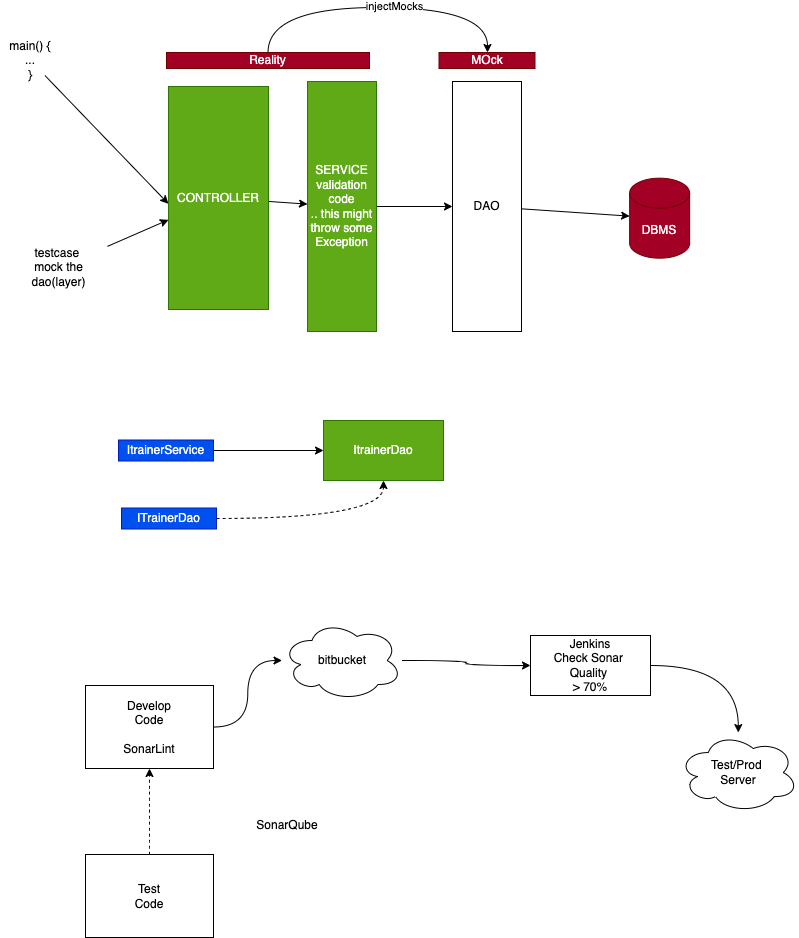
This is images/day9.drawio.png from adithnaveen/2022-jul-asde-jfs-sapient, a draw.io export, as it was before one commit. Source tidied: cells renumbered, new cells last; positions are measured from the earlier drawing's top-left corner, leaving out a move shared by most shapes. Its diagram source:
```xml
<mxGraphModel>
  <root>
    <mxCell id="0" />
    <mxCell id="1" parent="0" />
    <mxCell id="2" style="edgeStyle=none;html=1;" parent="1" edge="1" source="3" target="4">
      <mxGeometry relative="1" as="geometry" />
    </mxCell>
    <mxCell id="3" value="DAO" style="rounded=0;whiteSpace=wrap;html=1;fillColor=none;" parent="1" vertex="1">
      <mxGeometry x="452" y="74" width="69" height="250" as="geometry" />
    </mxCell>
    <mxCell id="4" value="DBMS" style="shape=cylinder3;whiteSpace=wrap;html=1;boundedLbl=1;backgroundOutline=1;size=15;fillColor=#a20025;fontColor=#ffffff;strokeColor=#6F0000;" parent="1" vertex="1">
      <mxGeometry x="629.1" y="170.7" width="60" height="80" as="geometry" />
    </mxCell>
    <mxCell id="5" style="edgeStyle=none;html=1;" parent="1" edge="1" source="6" target="3">
      <mxGeometry relative="1" as="geometry" />
    </mxCell>
    <mxCell id="6" value="SERVICE&lt;br&gt;validation&lt;br&gt;code&lt;br&gt;.. this might&lt;br&gt;throw some&lt;br&gt;Exception" style="rounded=0;whiteSpace=wrap;html=1;fillColor=#60a917;fontColor=#ffffff;strokeColor=#2D7600;" parent="1" vertex="1">
      <mxGeometry x="307" y="74" width="69" height="250" as="geometry" />
    </mxCell>
    <mxCell id="7" style="edgeStyle=none;html=1;" parent="1" edge="1" source="8" target="6">
      <mxGeometry relative="1" as="geometry" />
    </mxCell>
    <mxCell id="8" value="CONTROLLER" style="rounded=0;whiteSpace=wrap;html=1;fillColor=#60a917;fontColor=#ffffff;strokeColor=#2D7600;" parent="1" vertex="1">
      <mxGeometry x="168" y="79" width="100" height="223" as="geometry" />
    </mxCell>
    <mxCell id="9" style="edgeStyle=none;html=1;entryX=-0.001;entryY=0.526;entryDx=0;entryDy=0;entryPerimeter=0;" parent="1" edge="1" source="10" target="8">
      <mxGeometry relative="1" as="geometry" />
    </mxCell>
    <mxCell id="10" value="main() {&lt;br&gt;...&lt;br&gt;}" style="text;html=1;strokeColor=none;fillColor=none;align=center;verticalAlign=middle;whiteSpace=wrap;rounded=0;" parent="1" vertex="1">
      <mxGeometry y="38" width="60" height="30" as="geometry" />
    </mxCell>
    <mxCell id="11" style="edgeStyle=none;html=1;" parent="1" edge="1" source="12" target="8">
      <mxGeometry relative="1" as="geometry" />
    </mxCell>
    <mxCell id="12" value="testcase&amp;nbsp;&lt;br&gt;mock the dao(layer)" style="text;html=1;strokeColor=none;fillColor=none;align=center;verticalAlign=middle;whiteSpace=wrap;rounded=0;" parent="1" vertex="1">
      <mxGeometry x="10" y="210" width="97" height="100" as="geometry" />
    </mxCell>
    <mxCell id="13" style="edgeStyle=orthogonalEdgeStyle;html=1;curved=1;" parent="1" edge="1" source="15" target="16">
      <mxGeometry relative="1" as="geometry">
        <Array as="points">
          <mxPoint x="268" />
          <mxPoint x="487" />
        </Array>
      </mxGeometry>
    </mxCell>
    <mxCell id="14" value="injectMocks" style="edgeLabel;html=1;align=center;verticalAlign=middle;" parent="13" vertex="1">
      <mxGeometry x="0.11" y="1" relative="1" as="geometry" />
    </mxCell>
    <mxCell id="15" value="Reality" style="rounded=0;whiteSpace=wrap;html=1;fillColor=#a20025;fontColor=#ffffff;strokeColor=#6F0000;" parent="1" vertex="1">
      <mxGeometry x="166" y="45" width="203" height="16" as="geometry" />
    </mxCell>
    <mxCell id="16" value="MOck" style="rounded=0;whiteSpace=wrap;html=1;fillColor=#a20025;fontColor=#ffffff;strokeColor=#6F0000;" parent="1" vertex="1">
      <mxGeometry x="438.5" y="45" width="96" height="16" as="geometry" />
    </mxCell>
    <mxCell id="17" style="edgeStyle=orthogonalEdgeStyle;curved=1;html=1;" parent="1" edge="1" source="18" target="21">
      <mxGeometry relative="1" as="geometry" />
    </mxCell>
    <mxCell id="18" value="ItrainerService" style="rounded=0;whiteSpace=wrap;html=1;fillColor=#0050ef;fontColor=#ffffff;strokeColor=#001DBC;" parent="1" vertex="1">
      <mxGeometry x="118" y="432.5" width="95" height="21" as="geometry" />
    </mxCell>
    <mxCell id="19" style="edgeStyle=orthogonalEdgeStyle;curved=1;html=1;dashed=1;" parent="1" edge="1" source="20" target="21">
      <mxGeometry relative="1" as="geometry" />
    </mxCell>
    <mxCell id="20" value="ITrainerDao" style="rounded=0;whiteSpace=wrap;html=1;fillColor=#0050ef;fontColor=#ffffff;strokeColor=#001DBC;" parent="1" vertex="1">
      <mxGeometry x="121" y="500.5" width="95" height="21" as="geometry" />
    </mxCell>
    <mxCell id="21" value="ItrainerDao" style="rounded=0;whiteSpace=wrap;html=1;fillColor=#60a917;fontColor=#ffffff;strokeColor=#2D7600;" parent="1" vertex="1">
      <mxGeometry x="323" y="413" width="120" height="60" as="geometry" />
    </mxCell>
    <mxCell id="22" style="edgeStyle=orthogonalEdgeStyle;curved=1;html=1;" parent="1" edge="1" source="23" target="28">
      <mxGeometry relative="1" as="geometry" />
    </mxCell>
    <mxCell id="23" value="Develop&lt;br&gt;Code&lt;br&gt;&lt;br&gt;SonarLint" style="rounded=0;whiteSpace=wrap;html=1;fillColor=none;" parent="1" vertex="1">
      <mxGeometry x="85" y="678" width="128" height="83" as="geometry" />
    </mxCell>
    <mxCell id="24" style="edgeStyle=orthogonalEdgeStyle;curved=1;html=1;entryX=0.5;entryY=1;entryDx=0;entryDy=0;dashed=1;" parent="1" edge="1" source="25" target="23">
      <mxGeometry relative="1" as="geometry" />
    </mxCell>
    <mxCell id="25" value="Test&lt;br&gt;Code&lt;br&gt;" style="rounded=0;whiteSpace=wrap;html=1;fillColor=none;" parent="1" vertex="1">
      <mxGeometry x="85" y="847" width="128" height="83" as="geometry" />
    </mxCell>
    <mxCell id="26" value="SonarQube" style="text;html=1;strokeColor=none;fillColor=none;align=center;verticalAlign=middle;whiteSpace=wrap;rounded=0;" parent="1" vertex="1">
      <mxGeometry x="257" y="803" width="60" height="30" as="geometry" />
    </mxCell>
    <mxCell id="27" style="edgeStyle=orthogonalEdgeStyle;curved=1;html=1;" parent="1" edge="1" source="28" target="30">
      <mxGeometry relative="1" as="geometry" />
    </mxCell>
    <mxCell id="28" value="bitbucket" style="ellipse;shape=cloud;whiteSpace=wrap;html=1;fillColor=none;" parent="1" vertex="1">
      <mxGeometry x="281.5" y="613" width="120" height="80" as="geometry" />
    </mxCell>
    <mxCell id="29" style="edgeStyle=orthogonalEdgeStyle;curved=1;html=1;" parent="1" edge="1" source="30" target="31">
      <mxGeometry relative="1" as="geometry" />
    </mxCell>
    <mxCell id="30" value="Jenkins&lt;br&gt;Check Sonar&amp;nbsp;&lt;br&gt;Quality&amp;nbsp;&lt;br&gt;&amp;gt; 70%" style="rounded=0;whiteSpace=wrap;html=1;fillColor=none;" parent="1" vertex="1">
      <mxGeometry x="530" y="628" width="120" height="60" as="geometry" />
    </mxCell>
    <mxCell id="31" value="Test/Prod&amp;nbsp;&lt;br&gt;Server" style="ellipse;shape=cloud;whiteSpace=wrap;html=1;fillColor=none;" parent="1" vertex="1">
      <mxGeometry x="677.8" y="725.1" width="120" height="80" as="geometry" />
    </mxCell>
  </root>
</mxGraphModel>
```
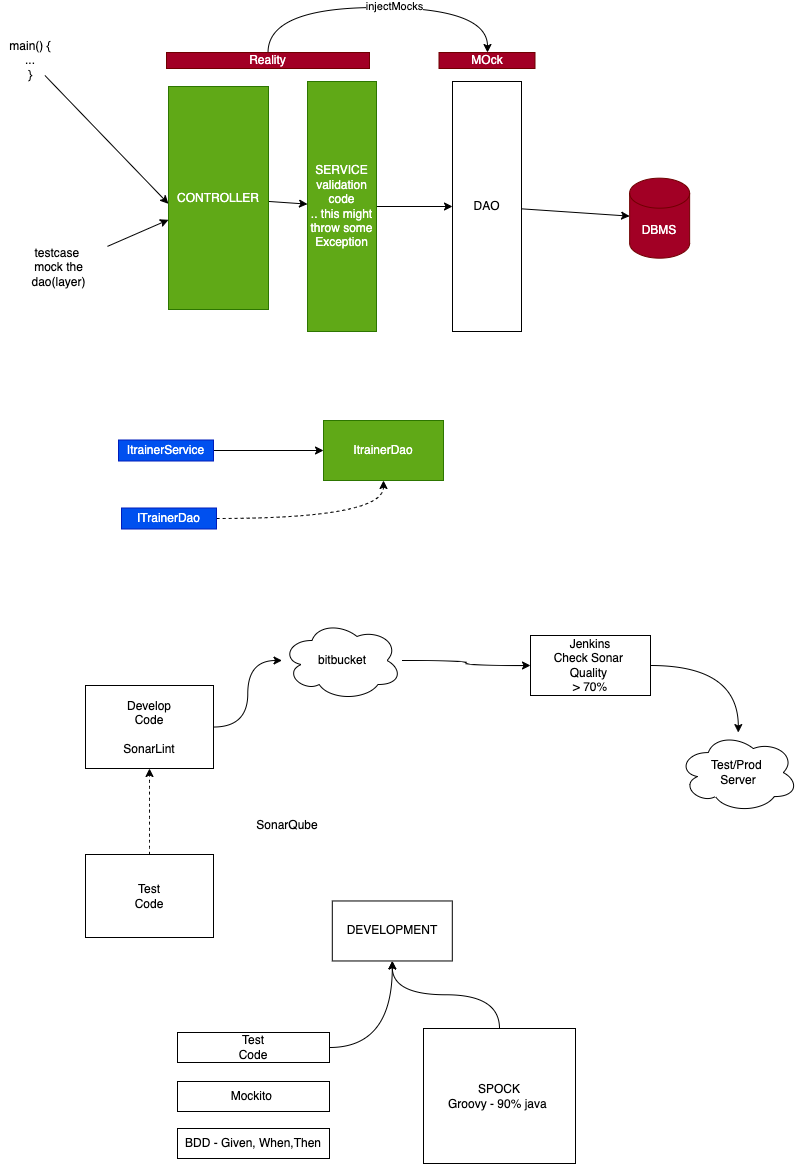
The same file after the commit.

Diff of the diagram source:
```diff
@@ -97,5 +97,26 @@
     <mxCell id="31" value="Test/Prod&amp;nbsp;&lt;br&gt;Server" style="ellipse;shape=cloud;whiteSpace=wrap;html=1;fillColor=none;" parent="1" vertex="1">
       <mxGeometry x="677.8" y="725.1" width="120" height="80" as="geometry" />
     </mxCell>
+    <mxCell id="32" style="edgeStyle=orthogonalEdgeStyle;curved=1;html=1;" parent="1" edge="1" source="33" target="38">
+      <mxGeometry relative="1" as="geometry" />
+    </mxCell>
+    <mxCell id="33" value="Test&lt;br&gt;Code&lt;br&gt;" style="rounded=0;whiteSpace=wrap;html=1;fillColor=none;" parent="1" vertex="1">
+      <mxGeometry x="177" y="1025" width="152" height="30" as="geometry" />
+    </mxCell>
+    <mxCell id="34" value="Mockito&amp;nbsp;" style="rounded=0;whiteSpace=wrap;html=1;fillColor=none;" parent="1" vertex="1">
+      <mxGeometry x="177" y="1074" width="152" height="30" as="geometry" />
+    </mxCell>
+    <mxCell id="35" value="BDD - Given, When,Then" style="rounded=0;whiteSpace=wrap;html=1;fillColor=none;" parent="1" vertex="1">
+      <mxGeometry x="177" y="1121" width="152" height="30" as="geometry" />
+    </mxCell>
+    <mxCell id="36" style="edgeStyle=orthogonalEdgeStyle;curved=1;html=1;" parent="1" edge="1" source="37" target="38">
+      <mxGeometry relative="1" as="geometry" />
+    </mxCell>
+    <mxCell id="37" value="SPOCK&lt;br&gt;Groovy - 90% java&amp;nbsp;" style="rounded=0;whiteSpace=wrap;html=1;fillColor=none;" parent="1" vertex="1">
+      <mxGeometry x="423" y="1021" width="152" height="135" as="geometry" />
+    </mxCell>
+    <mxCell id="38" value="DEVELOPMENT" style="rounded=0;whiteSpace=wrap;html=1;fillColor=none;" parent="1" vertex="1">
+      <mxGeometry x="331.8" y="893.5" width="120" height="60" as="geometry" />
+    </mxCell>
   </root>
 </mxGraphModel>
```
